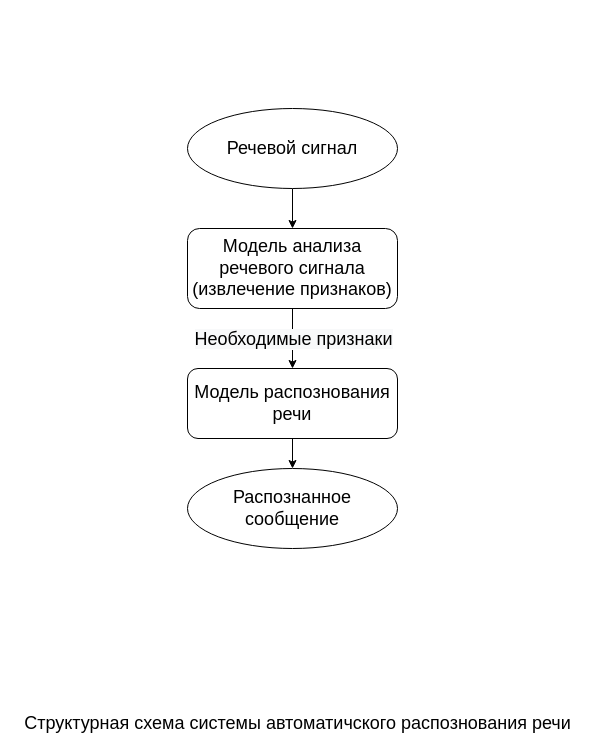
The draw.io diagram report/Диаграмма без названия.drawio in kpirap18/BMSTU-RW-sem5, before the edit. Source tidied: cells renumbered, new cells numbered last; positions are measured from the earlier drawing's top-left corner, leaving out a move shared by most shapes. Both pictures are drawn from the tidied source at 100%, with x=0, y=0 at pixel (17, 108).
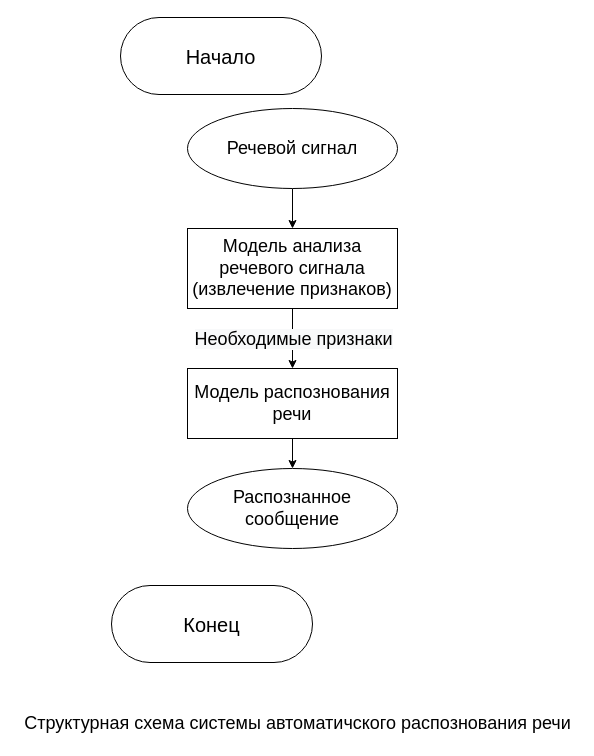
The same page after the edit.

The edit, as a diff of the source:
```diff
@@
 <mxGraphModel>
   <root>
     <mxCell id="0" />
     <mxCell id="1" parent="0" />
     <mxCell id="2" style="edgeStyle=orthogonalEdgeStyle;rounded=0;jettySize=auto;html=1;exitX=0.5;exitY=1;exitDx=0;exitDy=0;entryX=0.5;entryY=0;entryDx=0;entryDy=0;fontSize=18;" parent="1" edge="1" source="3" target="6">
       <mxGeometry relative="1" as="geometry" />
     </mxCell>
     <mxCell id="3" value="&lt;font style=&quot;font-size: 18px&quot;&gt;Речевой сигнал&lt;/font&gt;" style="ellipse;whiteSpace=wrap;html=1;" parent="1" vertex="1">
       <mxGeometry x="170" width="210" height="80" as="geometry" />
     </mxCell>
     <mxCell id="4" style="edgeStyle=orthogonalEdgeStyle;rounded=0;jettySize=auto;html=1;exitX=0.5;exitY=1;exitDx=0;exitDy=0;entryX=0.5;entryY=0;entryDx=0;entryDy=0;fontSize=18;" parent="1" edge="1" source="6" target="8">
       <mxGeometry relative="1" as="geometry">
         <Array as="points">
           <mxPoint x="275" y="170" />
           <mxPoint x="275" y="170" />
         </Array>
       </mxGeometry>
     </mxCell>
     <mxCell id="5" value="&lt;span style=&quot;background-color: rgb(248 , 249 , 250)&quot;&gt;Необходимые признаки&lt;/span&gt;" style="edgeLabel;html=1;align=center;verticalAlign=middle;fontSize=18;" parent="4" vertex="1">
       <mxGeometry x="-0.3" y="2" relative="1" as="geometry">
         <mxPoint x="-2" y="48" as="offset" />
       </mxGeometry>
     </mxCell>
-    <mxCell id="6" value="Модель анализа речевого сигнала (извлечение признаков)" style="rounded=1;whiteSpace=wrap;html=1;fontSize=18;" parent="1" vertex="1">
+    <mxCell id="6" value="Модель анализа речевого сигнала (извлечение признаков)" style="rounded=1;whiteSpace=wrap;html=1;fontSize=18;arcSize=0;" parent="1" vertex="1">
       <mxGeometry x="170" y="120" width="210" height="80" as="geometry" />
     </mxCell>
     <mxCell id="7" style="edgeStyle=orthogonalEdgeStyle;rounded=0;jettySize=auto;html=1;exitX=0.5;exitY=1;exitDx=0;exitDy=0;entryX=0.5;entryY=0;entryDx=0;entryDy=0;fontSize=18;" parent="1" edge="1" source="8" target="9">
       <mxGeometry relative="1" as="geometry" />
     </mxCell>
-    <mxCell id="8" value="Модель распознования речи" style="rounded=1;whiteSpace=wrap;html=1;fontSize=18;" parent="1" vertex="1">
+    <mxCell id="8" value="Модель распознования речи" style="rounded=1;whiteSpace=wrap;html=1;fontSize=18;arcSize=0;" parent="1" vertex="1">
       <mxGeometry x="170" y="260" width="210" height="70" as="geometry" />
     </mxCell>
     <mxCell id="9" value="&lt;font style=&quot;font-size: 18px&quot;&gt;Распознанное сообщение&lt;/font&gt;" style="ellipse;whiteSpace=wrap;html=1;" parent="1" vertex="1">
       <mxGeometry x="170" y="360" width="210" height="80" as="geometry" />
     </mxCell>
     <mxCell id="10" value="Структурная схема системы автоматичского распознования речи" style="text;html=1;align=center;verticalAlign=middle;strokeColor=none;fillColor=none;fontSize=18;" parent="1" vertex="1">
       <mxGeometry y="600" width="560" height="30" as="geometry" />
     </mxCell>
+    <mxCell id="11" value="&lt;font style=&quot;font-size: 20px&quot;&gt;Начало&lt;/font&gt;" style="rounded=1;whiteSpace=wrap;html=1;arcSize=50;" parent="1" vertex="1">
+      <mxGeometry x="103" y="-91" width="201" height="77" as="geometry" />
+    </mxCell>
+    <mxCell id="12" value="&lt;font style=&quot;font-size: 20px&quot;&gt;Конец&lt;br&gt;&lt;/font&gt;" style="rounded=1;whiteSpace=wrap;html=1;arcSize=50;" parent="1" vertex="1">
+      <mxGeometry x="94" y="477" width="201" height="77" as="geometry" />
+    </mxCell>
   </root>
 </mxGraphModel>
```
